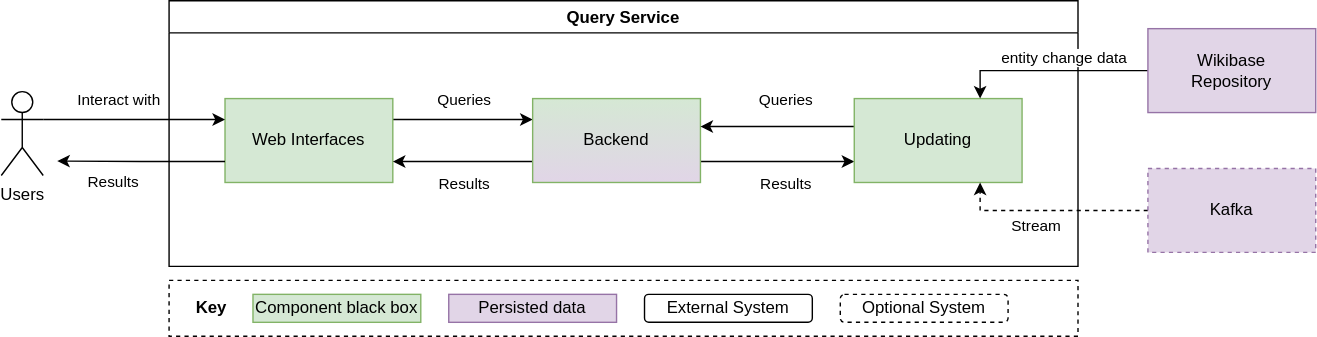
The draw.io diagram systems/Query/diagrams/05-00-building-blocks.drawio.svg in wmde/wikidata-wikibase-architecture, before a commit. Source tidied: cells renumbered, new cells last; positions are measured from the earlier drawing's top-left corner, leaving out a move shared by most shapes. Source of this version:
```xml
<mxGraphModel>
  <root>
    <mxCell id="0" />
    <mxCell id="1" parent="0" />
    <mxCell id="2" value="Query Service" style="swimlane;" parent="1" vertex="1">
      <mxGeometry x="120" width="650" height="190" as="geometry" />
    </mxCell>
    <mxCell id="3" style="edgeStyle=orthogonalEdgeStyle;rounded=0;jettySize=auto;html=1;exitX=1;exitY=0.25;exitDx=0;exitDy=0;entryX=0;entryY=0.25;entryDx=0;entryDy=0;startArrow=none;startFill=0;" parent="2" edge="1" source="5" target="10">
      <mxGeometry relative="1" as="geometry" />
    </mxCell>
    <mxCell id="4" value="Queries" style="edgeLabel;html=1;align=center;verticalAlign=middle;" parent="3" vertex="1">
      <mxGeometry x="-0.24" y="2" relative="1" as="geometry">
        <mxPoint x="12" y="-13" as="offset" />
      </mxGeometry>
    </mxCell>
    <mxCell id="5" value="Web Interfaces" style="rounded=0;whiteSpace=wrap;html=1;fillColor=#d5e8d4;strokeColor=#82b366;" parent="2" vertex="1">
      <mxGeometry x="40" y="70" width="120" height="60" as="geometry" />
    </mxCell>
    <mxCell id="6" style="edgeStyle=orthogonalEdgeStyle;rounded=0;jettySize=auto;html=1;exitX=0;exitY=0.75;exitDx=0;exitDy=0;entryX=1;entryY=0.75;entryDx=0;entryDy=0;startArrow=none;startFill=0;" parent="2" edge="1" source="10" target="5">
      <mxGeometry relative="1" as="geometry" />
    </mxCell>
    <mxCell id="7" value="Results" style="edgeLabel;html=1;align=center;verticalAlign=middle;" parent="6" vertex="1">
      <mxGeometry x="0.28" y="2" relative="1" as="geometry">
        <mxPoint x="14" y="13" as="offset" />
      </mxGeometry>
    </mxCell>
    <mxCell id="8" style="edgeStyle=orthogonalEdgeStyle;rounded=0;jettySize=auto;html=1;exitX=1;exitY=0.75;exitDx=0;exitDy=0;entryX=0;entryY=0.75;entryDx=0;entryDy=0;startArrow=none;startFill=0;" parent="2" edge="1" source="10" target="13">
      <mxGeometry relative="1" as="geometry" />
    </mxCell>
    <mxCell id="9" value="Results" style="edgeLabel;html=1;align=center;verticalAlign=middle;" parent="8" vertex="1">
      <mxGeometry x="-0.22" y="-4" relative="1" as="geometry">
        <mxPoint x="17" y="11" as="offset" />
      </mxGeometry>
    </mxCell>
    <mxCell id="10" value="Backend" style="rounded=0;whiteSpace=wrap;html=1;fillColor=#d5e8d4;strokeColor=#82b366;gradientColor=#E1D5E7;" parent="2" vertex="1">
      <mxGeometry x="260" y="70" width="120" height="60" as="geometry" />
    </mxCell>
    <mxCell id="11" style="edgeStyle=orthogonalEdgeStyle;rounded=0;jettySize=auto;html=1;startArrow=none;startFill=0;" parent="2" edge="1" source="13">
      <mxGeometry relative="1" as="geometry">
        <mxPoint x="380" y="90" as="targetPoint" />
        <Array as="points">
          <mxPoint x="380" y="90" />
        </Array>
      </mxGeometry>
    </mxCell>
    <mxCell id="12" value="Queries" style="edgeLabel;html=1;align=center;verticalAlign=middle;" parent="11" vertex="1">
      <mxGeometry x="0.22" y="1" relative="1" as="geometry">
        <mxPoint x="17" y="-21" as="offset" />
      </mxGeometry>
    </mxCell>
    <mxCell id="13" value="Updating" style="rounded=0;whiteSpace=wrap;html=1;fillColor=#d5e8d4;strokeColor=#82b366;" parent="2" vertex="1">
      <mxGeometry x="490" y="70" width="120" height="60" as="geometry" />
    </mxCell>
    <mxCell id="14" style="edgeStyle=orthogonalEdgeStyle;rounded=0;jettySize=auto;html=1;entryX=0.75;entryY=0;entryDx=0;entryDy=0;startArrow=none;startFill=0;" parent="1" edge="1" source="16" target="13">
      <mxGeometry relative="1" as="geometry" />
    </mxCell>
    <mxCell id="15" value="entity change data" style="edgeLabel;html=1;align=center;verticalAlign=middle;" parent="14" vertex="1">
      <mxGeometry x="0.34" y="-2" relative="1" as="geometry">
        <mxPoint x="33" y="-8" as="offset" />
      </mxGeometry>
    </mxCell>
    <mxCell id="16" value="Wikibase&lt;br&gt;Repository" style="rounded=0;whiteSpace=wrap;html=1;fillColor=#e1d5e7;strokeColor=#9673a6;" parent="1" vertex="1">
      <mxGeometry x="820" y="20" width="120" height="60" as="geometry" />
    </mxCell>
    <mxCell id="17" style="edgeStyle=orthogonalEdgeStyle;rounded=0;jettySize=auto;html=1;entryX=0;entryY=0.25;entryDx=0;entryDy=0;startArrow=none;startFill=0;exitX=1;exitY=0.3333333333333333;exitDx=0;exitDy=0;exitPerimeter=0;" parent="1" edge="1" source="19" target="5">
      <mxGeometry relative="1" as="geometry" />
    </mxCell>
    <mxCell id="18" value="Interact with" style="edgeLabel;html=1;align=center;verticalAlign=middle;" parent="17" vertex="1">
      <mxGeometry x="-0.34" relative="1" as="geometry">
        <mxPoint x="10" y="-15" as="offset" />
      </mxGeometry>
    </mxCell>
    <mxCell id="19" value="Users" style="shape=umlActor;verticalLabelPosition=bottom;verticalAlign=top;html=1;outlineConnect=0;" parent="1" vertex="1">
      <mxGeometry y="65" width="30" height="60" as="geometry" />
    </mxCell>
    <mxCell id="20" style="edgeStyle=orthogonalEdgeStyle;rounded=0;jettySize=auto;html=1;entryX=0.75;entryY=1;entryDx=0;entryDy=0;startArrow=none;startFill=0;dashed=1;" parent="1" edge="1" source="22" target="13">
      <mxGeometry relative="1" as="geometry" />
    </mxCell>
    <mxCell id="21" value="Stream" style="edgeLabel;html=1;align=center;verticalAlign=middle;" parent="20" vertex="1">
      <mxGeometry x="0.19" y="2" relative="1" as="geometry">
        <mxPoint x="3" y="8" as="offset" />
      </mxGeometry>
    </mxCell>
    <mxCell id="22" value="Kafka" style="rounded=0;whiteSpace=wrap;html=1;dashed=1;fillColor=#e1d5e7;strokeColor=#9673a6;" parent="1" vertex="1">
      <mxGeometry x="820" y="120" width="120" height="60" as="geometry" />
    </mxCell>
    <mxCell id="23" style="rounded=0;whiteSpace=wrap;html=1;fillColor=none;dashed=1;" parent="1" vertex="1">
      <mxGeometry x="120" y="200" width="650" height="40" as="geometry" />
    </mxCell>
    <mxCell id="24" value="&lt;b&gt;Key&lt;/b&gt;" style="text;html=1;align=center;verticalAlign=middle;strokeColor=none;" parent="1" vertex="1">
      <mxGeometry x="130" y="210" width="40" height="20" as="geometry" />
    </mxCell>
    <mxCell id="25" value="Component black box" style="rounded=0;whiteSpace=wrap;html=1;align=center;fillColor=#d5e8d4;strokeColor=#82b366;" parent="1" vertex="1">
      <mxGeometry x="180" y="210" width="120" height="20" as="geometry" />
    </mxCell>
    <mxCell id="26" value="Persisted data" style="rounded=0;whiteSpace=wrap;html=1;align=center;fillColor=#e1d5e7;strokeColor=#9673a6;" parent="1" vertex="1">
      <mxGeometry x="320" y="210" width="120" height="20" as="geometry" />
    </mxCell>
    <mxCell id="27" value="External System" style="rounded=1;whiteSpace=wrap;html=1;align=center;" parent="1" vertex="1">
      <mxGeometry x="460" y="210" width="120" height="20" as="geometry" />
    </mxCell>
    <mxCell id="28" value="Optional System" style="rounded=1;whiteSpace=wrap;html=1;align=center;dashed=1;" parent="1" vertex="1">
      <mxGeometry x="600" y="210" width="120" height="20" as="geometry" />
    </mxCell>
    <mxCell id="29" style="edgeStyle=orthogonalEdgeStyle;rounded=0;jettySize=auto;html=1;exitX=0;exitY=0.75;exitDx=0;exitDy=0;startArrow=none;startFill=0;" parent="1" edge="1" source="5">
      <mxGeometry relative="1" as="geometry">
        <mxPoint x="40" y="114.7" as="targetPoint" />
      </mxGeometry>
    </mxCell>
    <mxCell id="30" value="Results" style="edgeLabel;html=1;align=center;verticalAlign=middle;" parent="29" vertex="1">
      <mxGeometry x="0.34" y="3" relative="1" as="geometry">
        <mxPoint y="12" as="offset" />
      </mxGeometry>
    </mxCell>
  </root>
</mxGraphModel>
```
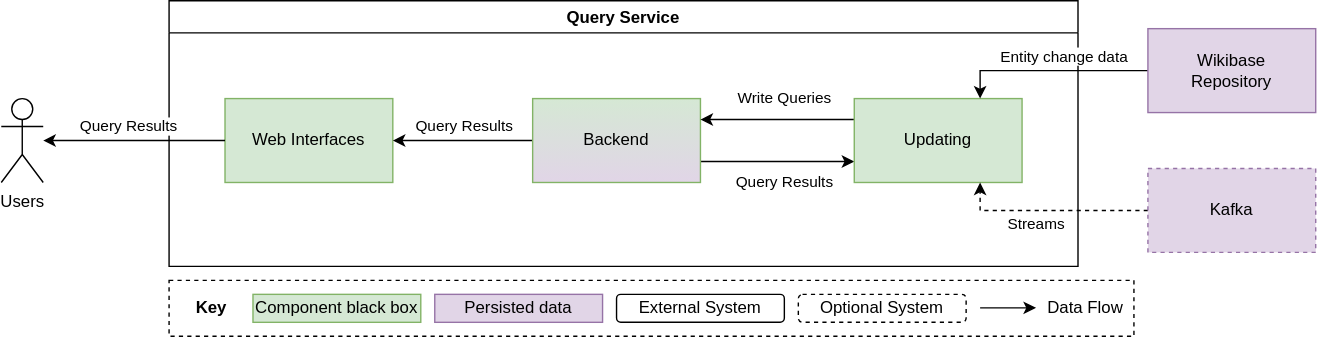
Later version of the same file.

Commit message:
Fix all query arrow directions & add to key

What changed in the source:
```diff
@@ -5,56 +5,43 @@
     <mxCell id="2" value="Query Service" style="swimlane;" parent="1" vertex="1">
       <mxGeometry x="120" width="650" height="190" as="geometry" />
     </mxCell>
-    <mxCell id="3" style="edgeStyle=orthogonalEdgeStyle;rounded=0;jettySize=auto;html=1;exitX=1;exitY=0.25;exitDx=0;exitDy=0;entryX=0;entryY=0.25;entryDx=0;entryDy=0;startArrow=none;startFill=0;" parent="2" edge="1" source="5" target="10">
-      <mxGeometry relative="1" as="geometry" />
-    </mxCell>
-    <mxCell id="4" value="Queries" style="edgeLabel;html=1;align=center;verticalAlign=middle;" parent="3" vertex="1">
-      <mxGeometry x="-0.24" y="2" relative="1" as="geometry">
-        <mxPoint x="12" y="-13" as="offset" />
-      </mxGeometry>
-    </mxCell>
     <mxCell id="5" value="Web Interfaces" style="rounded=0;whiteSpace=wrap;html=1;fillColor=#d5e8d4;strokeColor=#82b366;" parent="2" vertex="1">
       <mxGeometry x="40" y="70" width="120" height="60" as="geometry" />
     </mxCell>
-    <mxCell id="6" style="edgeStyle=orthogonalEdgeStyle;rounded=0;jettySize=auto;html=1;exitX=0;exitY=0.75;exitDx=0;exitDy=0;entryX=1;entryY=0.75;entryDx=0;entryDy=0;startArrow=none;startFill=0;" parent="2" edge="1" source="10" target="5">
+    <mxCell id="6" style="edgeStyle=orthogonalEdgeStyle;rounded=0;jettySize=auto;html=1;entryX=1;entryY=0.5;entryDx=0;entryDy=0;" parent="2" edge="1" source="10" target="5">
       <mxGeometry relative="1" as="geometry" />
     </mxCell>
-    <mxCell id="7" value="Results" style="edgeLabel;html=1;align=center;verticalAlign=middle;" parent="6" vertex="1">
-      <mxGeometry x="0.28" y="2" relative="1" as="geometry">
-        <mxPoint x="14" y="13" as="offset" />
-      </mxGeometry>
-    </mxCell>
+    <mxCell id="31" value="Query Results" style="edgeLabel;html=1;align=center;verticalAlign=middle;" parent="6" vertex="1">
+      <mxGeometry x="0.26" y="-2" relative="1" as="geometry">
+        <mxPoint x="13" y="-8" as="offset" />
+      </mxGeometry>
+    </mxCell>
-    <mxCell id="8" style="edgeStyle=orthogonalEdgeStyle;rounded=0;jettySize=auto;html=1;exitX=1;exitY=0.75;exitDx=0;exitDy=0;entryX=0;entryY=0.75;entryDx=0;entryDy=0;startArrow=none;startFill=0;" parent="2" edge="1" source="10" target="13">
+    <mxCell id="8" style="edgeStyle=orthogonalEdgeStyle;rounded=0;jettySize=auto;html=1;exitX=1;exitY=0.75;exitDx=0;exitDy=0;entryX=0;entryY=0.75;entryDx=0;entryDy=0;" parent="2" edge="1" source="10" target="13">
       <mxGeometry relative="1" as="geometry" />
     </mxCell>
-    <mxCell id="9" value="Results" style="edgeLabel;html=1;align=center;verticalAlign=middle;" parent="8" vertex="1">
-      <mxGeometry x="-0.22" y="-4" relative="1" as="geometry">
-        <mxPoint x="17" y="11" as="offset" />
-      </mxGeometry>
-    </mxCell>
+    <mxCell id="32" value="Query Results" style="edgeLabel;html=1;align=center;verticalAlign=middle;" parent="8" vertex="1">
+      <mxGeometry x="-0.24" y="-3" relative="1" as="geometry">
+        <mxPoint x="18" y="12" as="offset" />
+      </mxGeometry>
+    </mxCell>
     <mxCell id="10" value="Backend" style="rounded=0;whiteSpace=wrap;html=1;fillColor=#d5e8d4;strokeColor=#82b366;gradientColor=#E1D5E7;" parent="2" vertex="1">
       <mxGeometry x="260" y="70" width="120" height="60" as="geometry" />
     </mxCell>
-    <mxCell id="11" style="edgeStyle=orthogonalEdgeStyle;rounded=0;jettySize=auto;html=1;startArrow=none;startFill=0;" parent="2" edge="1" source="13">
-      <mxGeometry relative="1" as="geometry">
-        <mxPoint x="380" y="90" as="targetPoint" />
-        <Array as="points">
-          <mxPoint x="380" y="90" />
-        </Array>
-      </mxGeometry>
-    </mxCell>
-    <mxCell id="12" value="Queries" style="edgeLabel;html=1;align=center;verticalAlign=middle;" parent="11" vertex="1">
-      <mxGeometry x="0.22" y="1" relative="1" as="geometry">
-        <mxPoint x="17" y="-21" as="offset" />
-      </mxGeometry>
-    </mxCell>
+    <mxCell id="33" style="edgeStyle=orthogonalEdgeStyle;rounded=0;jettySize=auto;html=1;exitX=0;exitY=0.25;exitDx=0;exitDy=0;entryX=1;entryY=0.25;entryDx=0;entryDy=0;" parent="2" edge="1" source="13" target="10">
+      <mxGeometry relative="1" as="geometry" />
+    </mxCell>
+    <mxCell id="34" value="Write Queries" style="edgeLabel;html=1;align=center;verticalAlign=middle;" parent="33" vertex="1">
+      <mxGeometry x="0.28" y="-1" relative="1" as="geometry">
+        <mxPoint x="20" y="-14" as="offset" />
+      </mxGeometry>
+    </mxCell>
     <mxCell id="13" value="Updating" style="rounded=0;whiteSpace=wrap;html=1;fillColor=#d5e8d4;strokeColor=#82b366;" parent="2" vertex="1">
       <mxGeometry x="490" y="70" width="120" height="60" as="geometry" />
     </mxCell>
     <mxCell id="14" style="edgeStyle=orthogonalEdgeStyle;rounded=0;jettySize=auto;html=1;entryX=0.75;entryY=0;entryDx=0;entryDy=0;startArrow=none;startFill=0;" parent="1" edge="1" source="16" target="13">
       <mxGeometry relative="1" as="geometry" />
     </mxCell>
-    <mxCell id="15" value="entity change data" style="edgeLabel;html=1;align=center;verticalAlign=middle;" parent="14" vertex="1">
+    <mxCell id="15" value="Entity change data" style="edgeLabel;html=1;align=center;verticalAlign=middle;" parent="14" vertex="1">
       <mxGeometry x="0.34" y="-2" relative="1" as="geometry">
         <mxPoint x="33" y="-8" as="offset" />
       </mxGeometry>
@@ -62,21 +49,13 @@
     <mxCell id="16" value="Wikibase&lt;br&gt;Repository" style="rounded=0;whiteSpace=wrap;html=1;fillColor=#e1d5e7;strokeColor=#9673a6;" parent="1" vertex="1">
       <mxGeometry x="820" y="20" width="120" height="60" as="geometry" />
     </mxCell>
-    <mxCell id="17" style="edgeStyle=orthogonalEdgeStyle;rounded=0;jettySize=auto;html=1;entryX=0;entryY=0.25;entryDx=0;entryDy=0;startArrow=none;startFill=0;exitX=1;exitY=0.3333333333333333;exitDx=0;exitDy=0;exitPerimeter=0;" parent="1" edge="1" source="19" target="5">
-      <mxGeometry relative="1" as="geometry" />
-    </mxCell>
-    <mxCell id="18" value="Interact with" style="edgeLabel;html=1;align=center;verticalAlign=middle;" parent="17" vertex="1">
-      <mxGeometry x="-0.34" relative="1" as="geometry">
-        <mxPoint x="10" y="-15" as="offset" />
-      </mxGeometry>
-    </mxCell>
     <mxCell id="19" value="Users" style="shape=umlActor;verticalLabelPosition=bottom;verticalAlign=top;html=1;outlineConnect=0;" parent="1" vertex="1">
-      <mxGeometry y="65" width="30" height="60" as="geometry" />
+      <mxGeometry y="70" width="30" height="60" as="geometry" />
     </mxCell>
     <mxCell id="20" style="edgeStyle=orthogonalEdgeStyle;rounded=0;jettySize=auto;html=1;entryX=0.75;entryY=1;entryDx=0;entryDy=0;startArrow=none;startFill=0;dashed=1;" parent="1" edge="1" source="22" target="13">
       <mxGeometry relative="1" as="geometry" />
     </mxCell>
-    <mxCell id="21" value="Stream" style="edgeLabel;html=1;align=center;verticalAlign=middle;" parent="20" vertex="1">
+    <mxCell id="21" value="Streams" style="edgeLabel;html=1;align=center;verticalAlign=middle;" parent="20" vertex="1">
       <mxGeometry x="0.19" y="2" relative="1" as="geometry">
         <mxPoint x="3" y="8" as="offset" />
       </mxGeometry>
@@ -85,7 +64,7 @@
       <mxGeometry x="820" y="120" width="120" height="60" as="geometry" />
     </mxCell>
     <mxCell id="23" style="rounded=0;whiteSpace=wrap;html=1;fillColor=none;dashed=1;" parent="1" vertex="1">
-      <mxGeometry x="120" y="200" width="650" height="40" as="geometry" />
+      <mxGeometry x="120" y="200" width="690" height="40" as="geometry" />
     </mxCell>
     <mxCell id="24" value="&lt;b&gt;Key&lt;/b&gt;" style="text;html=1;align=center;verticalAlign=middle;strokeColor=none;" parent="1" vertex="1">
       <mxGeometry x="130" y="210" width="40" height="20" as="geometry" />
@@ -94,23 +73,30 @@
       <mxGeometry x="180" y="210" width="120" height="20" as="geometry" />
     </mxCell>
     <mxCell id="26" value="Persisted data" style="rounded=0;whiteSpace=wrap;html=1;align=center;fillColor=#e1d5e7;strokeColor=#9673a6;" parent="1" vertex="1">
-      <mxGeometry x="320" y="210" width="120" height="20" as="geometry" />
+      <mxGeometry x="310" y="210" width="120" height="20" as="geometry" />
     </mxCell>
     <mxCell id="27" value="External System" style="rounded=1;whiteSpace=wrap;html=1;align=center;" parent="1" vertex="1">
-      <mxGeometry x="460" y="210" width="120" height="20" as="geometry" />
+      <mxGeometry x="440" y="210" width="120" height="20" as="geometry" />
     </mxCell>
     <mxCell id="28" value="Optional System" style="rounded=1;whiteSpace=wrap;html=1;align=center;dashed=1;" parent="1" vertex="1">
-      <mxGeometry x="600" y="210" width="120" height="20" as="geometry" />
+      <mxGeometry x="570" y="210" width="120" height="20" as="geometry" />
     </mxCell>
-    <mxCell id="29" style="edgeStyle=orthogonalEdgeStyle;rounded=0;jettySize=auto;html=1;exitX=0;exitY=0.75;exitDx=0;exitDy=0;startArrow=none;startFill=0;" parent="1" edge="1" source="5">
-      <mxGeometry relative="1" as="geometry">
-        <mxPoint x="40" y="114.7" as="targetPoint" />
-      </mxGeometry>
-    </mxCell>
-    <mxCell id="30" value="Results" style="edgeLabel;html=1;align=center;verticalAlign=middle;" parent="29" vertex="1">
-      <mxGeometry x="0.34" y="3" relative="1" as="geometry">
-        <mxPoint y="12" as="offset" />
-      </mxGeometry>
-    </mxCell>
+    <mxCell id="35" style="endArrow=classic;html=1;" parent="1" edge="1">
+      <mxGeometry relative="1" as="geometry">
+        <mxPoint x="700" y="219.7" as="sourcePoint" />
+        <mxPoint x="740" y="219.7" as="targetPoint" />
+      </mxGeometry>
+    </mxCell>
+    <mxCell id="36" value="Data Flow" style="text;html=1;align=center;verticalAlign=middle;strokeColor=none;" parent="1" vertex="1">
+      <mxGeometry x="740" y="210" width="70" height="20" as="geometry" />
+    </mxCell>
+    <mxCell id="37" style="edgeStyle=orthogonalEdgeStyle;rounded=0;jettySize=auto;html=1;" parent="1" edge="1" source="5" target="19">
+      <mxGeometry relative="1" as="geometry" />
+    </mxCell>
+    <mxCell id="38" value="Query Results" style="edgeLabel;html=1;align=center;verticalAlign=middle;" parent="37" vertex="1">
+      <mxGeometry x="0.32" relative="1" as="geometry">
+        <mxPoint x="16" y="-10" as="offset" />
+      </mxGeometry>
+    </mxCell>
   </root>
 </mxGraphModel>
```
